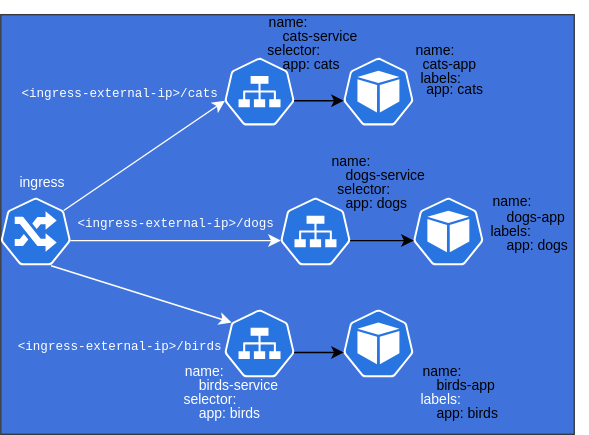
Above: kubernetes/Lab-1/diagram.drawio.svg in Joska99/joska (draw.io), before the change. Source tidied: cells renumbered, new cells last; positions are measured from the earlier drawing's top-left corner, leaving out a move shared by most shapes.
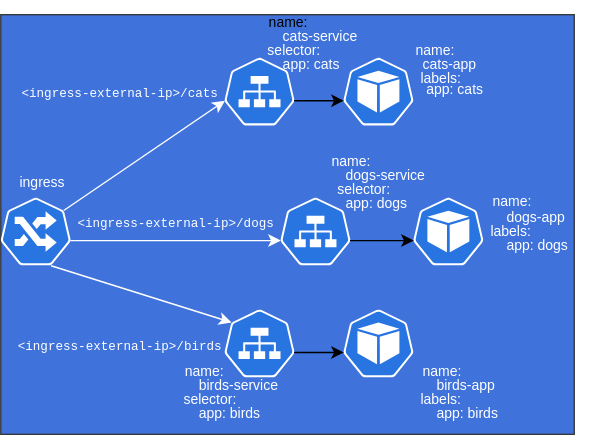
After the commit.

Diff of the diagram source:
```diff
@@ -53,64 +53,64 @@
     <mxCell id="16" value="&lt;font color=&quot;#ffffff&quot; style=&quot;font-size: 10px;&quot;&gt;ingress&lt;/font&gt;" style="text;html=1;strokeColor=none;fillColor=none;align=center;verticalAlign=middle;whiteSpace=wrap;rounded=0;" parent="1" vertex="1">
       <mxGeometry y="115" width="60" height="30" as="geometry" />
     </mxCell>
-    <mxCell id="17" value="&lt;font style=&quot;font-size: 10px;&quot;&gt;cats-service&lt;/font&gt;" style="text;html=1;strokeColor=none;fillColor=none;align=left;verticalAlign=middle;whiteSpace=wrap;rounded=0;" parent="1" vertex="1">
+    <mxCell id="17" value="&lt;font color=&quot;#ffffff&quot; style=&quot;font-size: 10px;&quot;&gt;cats-service&lt;/font&gt;" style="text;html=1;strokeColor=none;fillColor=none;align=left;verticalAlign=middle;whiteSpace=wrap;rounded=0;" parent="1" vertex="1">
       <mxGeometry x="200" y="10" width="60" height="30" as="geometry" />
     </mxCell>
-    <mxCell id="18" value="&lt;font style=&quot;font-size: 10px;&quot;&gt;dogs-service&lt;/font&gt;" style="text;html=1;strokeColor=none;fillColor=none;align=left;verticalAlign=middle;whiteSpace=wrap;rounded=0;" parent="1" vertex="1">
+    <mxCell id="18" value="&lt;font color=&quot;#ffffff&quot; style=&quot;font-size: 10px;&quot;&gt;dogs-service&lt;/font&gt;" style="text;html=1;strokeColor=none;fillColor=none;align=left;verticalAlign=middle;whiteSpace=wrap;rounded=0;" parent="1" vertex="1">
       <mxGeometry x="245" y="110" width="60" height="30" as="geometry" />
     </mxCell>
     <mxCell id="19" value="&lt;font color=&quot;#ffffff&quot; style=&quot;font-size: 10px;&quot;&gt;birds-service&lt;/font&gt;" style="text;html=1;strokeColor=none;fillColor=none;align=left;verticalAlign=middle;whiteSpace=wrap;rounded=0;" parent="1" vertex="1">
       <mxGeometry x="140" y="260" width="60" height="30" as="geometry" />
     </mxCell>
-    <mxCell id="20" value="&lt;font style=&quot;font-size: 10px;&quot;&gt;app: cats&lt;/font&gt;" style="text;html=1;strokeColor=none;fillColor=none;align=left;verticalAlign=middle;whiteSpace=wrap;rounded=0;" parent="1" vertex="1">
+    <mxCell id="20" value="&lt;font color=&quot;#ffffff&quot; style=&quot;font-size: 10px;&quot;&gt;app: cats&lt;/font&gt;" style="text;html=1;strokeColor=none;fillColor=none;align=left;verticalAlign=middle;whiteSpace=wrap;rounded=0;" parent="1" vertex="1">
       <mxGeometry x="200" y="30" width="60" height="30" as="geometry" />
     </mxCell>
-    <mxCell id="21" value="&lt;font style=&quot;font-size: 10px;&quot;&gt;app: cats&lt;/font&gt;" style="text;html=1;strokeColor=none;fillColor=none;align=center;verticalAlign=middle;whiteSpace=wrap;rounded=0;" parent="1" vertex="1">
+    <mxCell id="21" value="&lt;font color=&quot;#ffffff&quot; style=&quot;font-size: 10px;&quot;&gt;app: cats&lt;/font&gt;" style="text;html=1;strokeColor=none;fillColor=none;align=center;verticalAlign=middle;whiteSpace=wrap;rounded=0;" parent="1" vertex="1">
       <mxGeometry x="295" y="47.5" width="60" height="30" as="geometry" />
     </mxCell>
-    <mxCell id="22" style="endArrow=classic;html=1;rounded=0;exitX=0.995;exitY=0.63;exitDx=0;exitDy=0;exitPerimeter=0;entryX=0.005;entryY=0.63;entryDx=0;entryDy=0;entryPerimeter=0;" parent="1" edge="1" source="6" target="9">
+    <mxCell id="22" style="endArrow=classic;html=1;rounded=0;exitX=0.995;exitY=0.63;exitDx=0;exitDy=0;exitPerimeter=0;entryX=0.005;entryY=0.63;entryDx=0;entryDy=0;entryPerimeter=0;fontColor=#FFFFFF;" parent="1" edge="1" source="6" target="9">
       <mxGeometry relative="1" as="geometry" />
     </mxCell>
-    <mxCell id="23" style="endArrow=classic;html=1;rounded=0;exitX=0.995;exitY=0.63;exitDx=0;exitDy=0;exitPerimeter=0;entryX=0.005;entryY=0.63;entryDx=0;entryDy=0;entryPerimeter=0;" parent="1" edge="1" source="5" target="8">
+    <mxCell id="23" style="endArrow=classic;html=1;rounded=0;exitX=0.995;exitY=0.63;exitDx=0;exitDy=0;exitPerimeter=0;entryX=0.005;entryY=0.63;entryDx=0;entryDy=0;entryPerimeter=0;fontColor=#FFFFFF;" parent="1" edge="1" source="5" target="8">
       <mxGeometry relative="1" as="geometry" />
     </mxCell>
-    <mxCell id="24" style="endArrow=classic;html=1;rounded=0;exitX=0.995;exitY=0.63;exitDx=0;exitDy=0;exitPerimeter=0;entryX=0.005;entryY=0.63;entryDx=0;entryDy=0;entryPerimeter=0;" parent="1" edge="1" source="4" target="7">
+    <mxCell id="24" style="endArrow=classic;html=1;rounded=0;exitX=0.995;exitY=0.63;exitDx=0;exitDy=0;exitPerimeter=0;entryX=0.005;entryY=0.63;entryDx=0;entryDy=0;entryPerimeter=0;fontColor=#FFFFFF;" parent="1" edge="1" source="4" target="7">
       <mxGeometry relative="1" as="geometry" />
     </mxCell>
-    <mxCell id="25" value="&lt;font style=&quot;font-size: 10px;&quot;&gt;birds-app&lt;/font&gt;" style="text;html=1;strokeColor=none;fillColor=none;align=left;verticalAlign=middle;whiteSpace=wrap;rounded=0;" parent="1" vertex="1">
+    <mxCell id="25" value="&lt;font color=&quot;#ffffff&quot; style=&quot;font-size: 10px;&quot;&gt;birds-app&lt;/font&gt;" style="text;html=1;strokeColor=none;fillColor=none;align=left;verticalAlign=middle;whiteSpace=wrap;rounded=0;" parent="1" vertex="1">
       <mxGeometry x="310" y="260" width="60" height="30" as="geometry" />
     </mxCell>
-    <mxCell id="26" value="&lt;font style=&quot;font-size: 10px;&quot;&gt;dogs-app&lt;/font&gt;" style="text;html=1;strokeColor=none;fillColor=none;align=left;verticalAlign=middle;whiteSpace=wrap;rounded=0;" parent="1" vertex="1">
+    <mxCell id="26" value="&lt;font color=&quot;#ffffff&quot; style=&quot;font-size: 10px;&quot;&gt;dogs-app&lt;/font&gt;" style="text;html=1;strokeColor=none;fillColor=none;align=left;verticalAlign=middle;whiteSpace=wrap;rounded=0;" parent="1" vertex="1">
       <mxGeometry x="360" y="140" width="60" height="30" as="geometry" />
     </mxCell>
-    <mxCell id="27" value="&lt;font style=&quot;font-size: 10px;&quot;&gt;cats-app&lt;/font&gt;" style="text;html=1;strokeColor=none;fillColor=none;align=left;verticalAlign=middle;whiteSpace=wrap;rounded=0;" parent="1" vertex="1">
+    <mxCell id="27" value="&lt;font color=&quot;#ffffff&quot; style=&quot;font-size: 10px;&quot;&gt;cats-app&lt;/font&gt;" style="text;html=1;strokeColor=none;fillColor=none;align=left;verticalAlign=middle;whiteSpace=wrap;rounded=0;" parent="1" vertex="1">
       <mxGeometry x="300" y="30" width="60" height="30" as="geometry" />
     </mxCell>
-    <mxCell id="28" value="&lt;font style=&quot;font-size: 10px;&quot;&gt;app: dogs&lt;/font&gt;" style="text;html=1;strokeColor=none;fillColor=none;align=left;verticalAlign=middle;whiteSpace=wrap;rounded=0;" parent="1" vertex="1">
+    <mxCell id="28" value="&lt;font color=&quot;#ffffff&quot; style=&quot;font-size: 10px;&quot;&gt;app: dogs&lt;/font&gt;" style="text;html=1;strokeColor=none;fillColor=none;align=left;verticalAlign=middle;whiteSpace=wrap;rounded=0;" parent="1" vertex="1">
       <mxGeometry x="360" y="160" width="60" height="30" as="geometry" />
     </mxCell>
-    <mxCell id="29" value="&lt;font style=&quot;font-size: 10px;&quot;&gt;app: birds&lt;/font&gt;" style="text;html=1;strokeColor=none;fillColor=none;align=left;verticalAlign=middle;whiteSpace=wrap;rounded=0;" parent="1" vertex="1">
+    <mxCell id="29" value="&lt;font color=&quot;#ffffff&quot; style=&quot;font-size: 10px;&quot;&gt;app: birds&lt;/font&gt;" style="text;html=1;strokeColor=none;fillColor=none;align=left;verticalAlign=middle;whiteSpace=wrap;rounded=0;" parent="1" vertex="1">
       <mxGeometry x="310" y="280" width="60" height="30" as="geometry" />
     </mxCell>
-    <mxCell id="30" value="&lt;font style=&quot;font-size: 10px;&quot;&gt;app: dogs&lt;/font&gt;" style="text;html=1;strokeColor=none;fillColor=none;align=left;verticalAlign=middle;whiteSpace=wrap;rounded=0;" parent="1" vertex="1">
+    <mxCell id="30" value="&lt;font color=&quot;#ffffff&quot; style=&quot;font-size: 10px;&quot;&gt;app: dogs&lt;/font&gt;" style="text;html=1;strokeColor=none;fillColor=none;align=left;verticalAlign=middle;whiteSpace=wrap;rounded=0;" parent="1" vertex="1">
       <mxGeometry x="245" y="130" width="60" height="30" as="geometry" />
     </mxCell>
     <mxCell id="31" value="&lt;font color=&quot;#ffffff&quot; style=&quot;font-size: 10px;&quot;&gt;app: birds&lt;/font&gt;" style="text;html=1;strokeColor=none;fillColor=none;align=left;verticalAlign=middle;whiteSpace=wrap;rounded=0;" parent="1" vertex="1">
       <mxGeometry x="140" y="280" width="60" height="30" as="geometry" />
     </mxCell>
-    <mxCell id="32" value="&lt;font style=&quot;font-size: 10px;&quot;&gt;labels:&lt;/font&gt;" style="text;html=1;strokeColor=none;fillColor=none;align=center;verticalAlign=middle;whiteSpace=wrap;rounded=0;" parent="1" vertex="1">
+    <mxCell id="32" value="&lt;font color=&quot;#ffffff&quot; style=&quot;font-size: 10px;&quot;&gt;labels:&lt;/font&gt;" style="text;html=1;strokeColor=none;fillColor=none;align=center;verticalAlign=middle;whiteSpace=wrap;rounded=0;" parent="1" vertex="1">
       <mxGeometry x="285" y="40" width="60" height="30" as="geometry" />
     </mxCell>
-    <mxCell id="33" value="&lt;font style=&quot;font-size: 10px;&quot;&gt;name:&lt;/font&gt;" style="text;html=1;strokeColor=none;fillColor=none;align=left;verticalAlign=middle;whiteSpace=wrap;rounded=0;" parent="1" vertex="1">
+    <mxCell id="33" value="&lt;font color=&quot;#ffffff&quot; style=&quot;font-size: 10px;&quot;&gt;name:&lt;/font&gt;" style="text;html=1;strokeColor=none;fillColor=none;align=left;verticalAlign=middle;whiteSpace=wrap;rounded=0;" parent="1" vertex="1">
       <mxGeometry x="295" y="20" width="60" height="30" as="geometry" />
     </mxCell>
-    <mxCell id="34" value="&lt;font style=&quot;font-size: 10px;&quot;&gt;name:&lt;/font&gt;" style="text;html=1;strokeColor=none;fillColor=none;align=left;verticalAlign=middle;whiteSpace=wrap;rounded=0;" parent="1" vertex="1">
+    <mxCell id="34" value="&lt;font color=&quot;#ffffff&quot; style=&quot;font-size: 10px;&quot;&gt;name:&lt;/font&gt;" style="text;html=1;strokeColor=none;fillColor=none;align=left;verticalAlign=middle;whiteSpace=wrap;rounded=0;" parent="1" vertex="1">
       <mxGeometry x="350" y="127.5" width="60" height="30" as="geometry" />
     </mxCell>
-    <mxCell id="35" value="&lt;font style=&quot;font-size: 10px;&quot;&gt;labels:&lt;/font&gt;" style="text;html=1;strokeColor=none;fillColor=none;align=center;verticalAlign=middle;whiteSpace=wrap;rounded=0;" parent="1" vertex="1">
+    <mxCell id="35" value="&lt;font color=&quot;#ffffff&quot; style=&quot;font-size: 10px;&quot;&gt;labels:&lt;/font&gt;" style="text;html=1;strokeColor=none;fillColor=none;align=center;verticalAlign=middle;whiteSpace=wrap;rounded=0;" parent="1" vertex="1">
       <mxGeometry x="335" y="150" width="60" height="30" as="geometry" />
     </mxCell>
-    <mxCell id="36" value="&lt;font style=&quot;font-size: 10px;&quot;&gt;name:&lt;/font&gt;" style="text;html=1;strokeColor=none;fillColor=none;align=left;verticalAlign=middle;whiteSpace=wrap;rounded=0;" parent="1" vertex="1">
+    <mxCell id="36" value="&lt;font color=&quot;#ffffff&quot; style=&quot;font-size: 10px;&quot;&gt;name:&lt;/font&gt;" style="text;html=1;strokeColor=none;fillColor=none;align=left;verticalAlign=middle;whiteSpace=wrap;rounded=0;" parent="1" vertex="1">
       <mxGeometry x="300" y="250" width="60" height="30" as="geometry" />
     </mxCell>
     <mxCell id="37" value="&lt;font style=&quot;font-size: 10px;&quot;&gt;labels:&lt;/font&gt;" style="text;html=1;align=center;verticalAlign=middle;whiteSpace=wrap;rounded=0;fontColor=#FFFFFF;" parent="1" vertex="1">
@@ -122,16 +122,16 @@
     <mxCell id="39" value="&lt;font color=&quot;#ffffff&quot; style=&quot;font-size: 10px;&quot;&gt;name:&lt;/font&gt;" style="text;html=1;strokeColor=none;fillColor=none;align=left;verticalAlign=middle;whiteSpace=wrap;rounded=0;" parent="1" vertex="1">
       <mxGeometry x="130" y="250" width="60" height="30" as="geometry" />
     </mxCell>
-    <mxCell id="40" value="&lt;font style=&quot;font-size: 10px;&quot;&gt;name:&lt;/font&gt;" style="text;html=1;strokeColor=none;fillColor=none;align=left;verticalAlign=middle;whiteSpace=wrap;rounded=0;" parent="1" vertex="1">
+    <mxCell id="40" value="&lt;font color=&quot;#ffffff&quot; style=&quot;font-size: 10px;&quot;&gt;name:&lt;/font&gt;" style="text;html=1;strokeColor=none;fillColor=none;align=left;verticalAlign=middle;whiteSpace=wrap;rounded=0;" parent="1" vertex="1">
       <mxGeometry x="235" y="100" width="60" height="30" as="geometry" />
     </mxCell>
-    <mxCell id="41" value="&lt;font style=&quot;font-size: 10px;&quot;&gt;selector:&lt;/font&gt;" style="text;html=1;strokeColor=none;fillColor=none;align=center;verticalAlign=middle;whiteSpace=wrap;rounded=0;" parent="1" vertex="1">
+    <mxCell id="41" value="&lt;font color=&quot;#ffffff&quot; style=&quot;font-size: 10px;&quot;&gt;selector:&lt;/font&gt;" style="text;html=1;strokeColor=none;fillColor=none;align=center;verticalAlign=middle;whiteSpace=wrap;rounded=0;" parent="1" vertex="1">
       <mxGeometry x="230" y="120" width="60" height="30" as="geometry" />
     </mxCell>
     <mxCell id="42" value="&lt;font style=&quot;font-size: 10px;&quot;&gt;name:&lt;/font&gt;" style="text;html=1;strokeColor=none;fillColor=none;align=left;verticalAlign=middle;whiteSpace=wrap;rounded=0;" parent="1" vertex="1">
       <mxGeometry x="190" width="60" height="30" as="geometry" />
     </mxCell>
-    <mxCell id="43" value="&lt;font style=&quot;font-size: 10px;&quot;&gt;selector:&lt;/font&gt;" style="text;html=1;strokeColor=none;fillColor=none;align=center;verticalAlign=middle;whiteSpace=wrap;rounded=0;" parent="1" vertex="1">
+    <mxCell id="43" value="&lt;font color=&quot;#ffffff&quot; style=&quot;font-size: 10px;&quot;&gt;selector:&lt;/font&gt;" style="text;html=1;strokeColor=none;fillColor=none;align=center;verticalAlign=middle;whiteSpace=wrap;rounded=0;" parent="1" vertex="1">
       <mxGeometry x="180" y="20" width="60" height="30" as="geometry" />
     </mxCell>
   </root>
```
